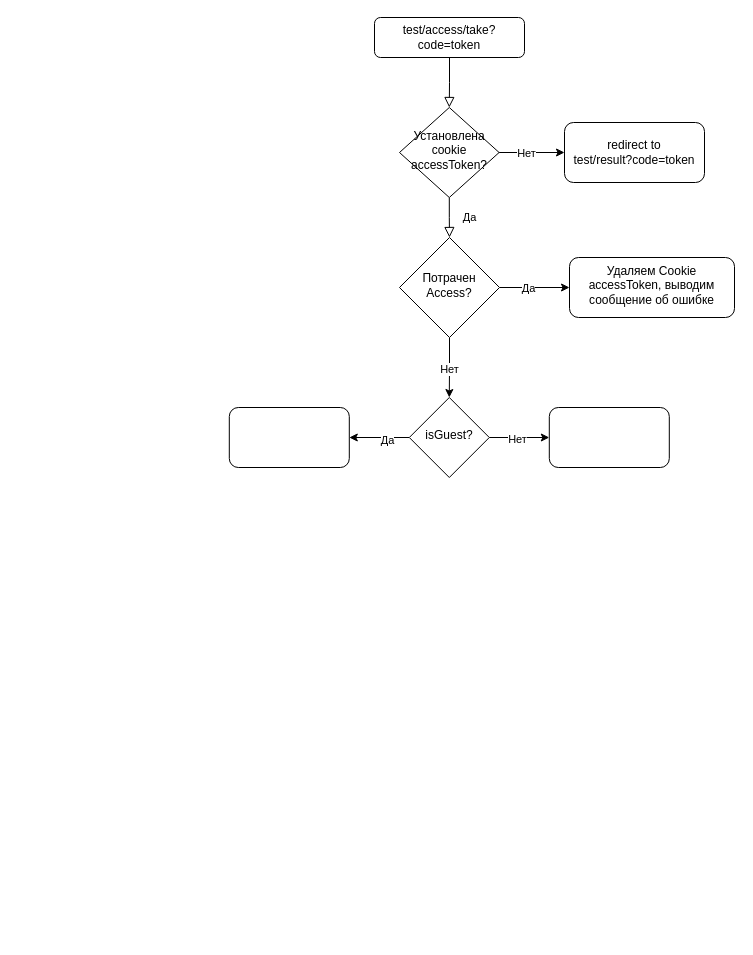
The draw.io diagram Диаграмма без названия.drawio in davidtema/drawio, before the edit. Source tidied: cells renumbered, new cells numbered last; positions are measured from the earlier drawing's top-left corner, leaving out a move shared by most shapes. Both pictures are drawn from the tidied source at 100%, with x=0, y=0 at pixel (229, 17).
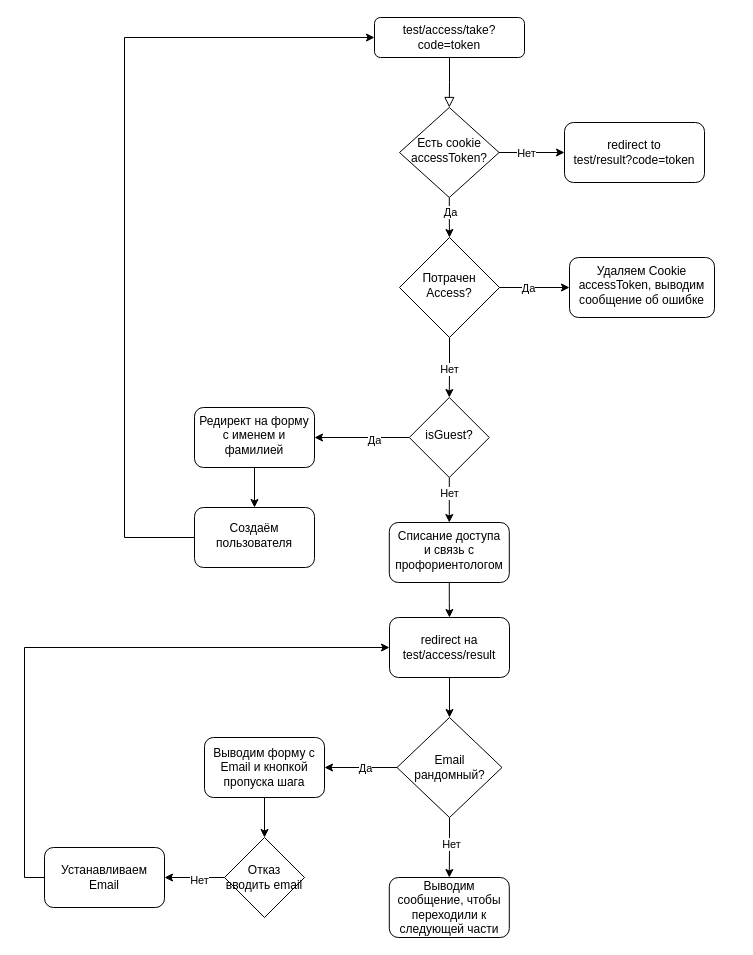
After the change.

Commit message:
Обновление диаграммы одноразовая ссылка.drawio

The change refers to these unchanged cells:
```xml
<mxCell id="3" value="test/access/take?code=token" style="rounded=1;whiteSpace=wrap;html=1;fontSize=12;glass=0;strokeWidth=1;shadow=0;" parent="1" vertex="1">
  <mxGeometry x="145" width="150" height="40" as="geometry" />
</mxCell>
<mxCell id="12" value="Потрачен Access?" style="rhombus;whiteSpace=wrap;html=1;shadow=0;fontFamily=Helvetica;fontSize=12;align=center;strokeWidth=1;spacing=6;spacingTop=-4;" parent="1" vertex="1">
  <mxGeometry x="170" y="220" width="100" height="100" as="geometry" />
</mxCell>
<mxCell id="19" value="isGuest?" style="rhombus;whiteSpace=wrap;html=1;shadow=0;strokeWidth=1;spacing=6;spacingTop=-4;" parent="1" vertex="1">
  <mxGeometry x="179.8" y="380" width="80" height="80" as="geometry" />
</mxCell>
```

What changed in the source:
```diff
@@
-    <mxCell id="4" value="Да" style="rounded=0;html=1;jettySize=auto;fontSize=11;endArrow=block;endFill=0;endSize=8;strokeWidth=1;shadow=0;labelBackgroundColor=none;edgeStyle=orthogonalEdgeStyle;" parent="1" edge="1" source="7" target="12">
-      <mxGeometry y="20" relative="1" as="geometry" />
-    </mxCell>
@@
+    <mxCell id="4" style="edgeStyle=orthogonalEdgeStyle;rounded=0;jettySize=auto;html=1;" parent="1" edge="1" source="7" target="12">
+      <mxGeometry relative="1" as="geometry" />
+    </mxCell>
+    <mxCell id="22" value="Да" style="edgeLabel;html=1;align=center;verticalAlign=middle;" parent="4" vertex="1">
+      <mxGeometry x="-0.32" y="1" relative="1" as="geometry" />
+    </mxCell>
-    <mxCell id="7" value="Установлена cookie accessToken?" style="rhombus;whiteSpace=wrap;html=1;shadow=0;fontFamily=Helvetica;fontSize=12;align=center;strokeWidth=1;spacing=6;spacingTop=-4;" parent="1" vertex="1">
+    <mxCell id="7" value="Есть cookie accessToken?" style="rhombus;whiteSpace=wrap;html=1;shadow=0;fontFamily=Helvetica;fontSize=12;align=center;strokeWidth=1;spacing=6;spacingTop=-4;" parent="1" vertex="1">
       <mxGeometry x="170" y="90" width="99.6" height="90" as="geometry" />
     </mxCell>
@@
     <mxCell id="14" value="Удаляем Cookie accessToken, выводим сообщение об ошибке" style="rounded=1;whiteSpace=wrap;html=1;shadow=0;strokeWidth=1;spacing=6;spacingTop=-4;" parent="1" vertex="1">
-      <mxGeometry x="340" y="240" width="165" height="60" as="geometry" />
+      <mxGeometry x="340" y="240" width="145" height="60" as="geometry" />
     </mxCell>
-    <mxCell id="15" style="edgeStyle=orthogonalEdgeStyle;rounded=0;jettySize=auto;html=1;" parent="1" edge="1" source="19" target="20">
-      <mxGeometry relative="1" as="geometry" />
-    </mxCell>
-    <mxCell id="16" value="Нет" style="edgeLabel;html=1;align=center;verticalAlign=middle;" parent="15" vertex="1">
-      <mxGeometry x="-0.08" y="-1" relative="1" as="geometry" />
-    </mxCell>
@@
+    <mxCell id="23" style="edgeStyle=orthogonalEdgeStyle;rounded=0;jettySize=auto;html=1;" parent="1" edge="1" source="19" target="29">
+      <mxGeometry relative="1" as="geometry" />
+    </mxCell>
+    <mxCell id="24" value="Нет" style="edgeLabel;html=1;align=center;verticalAlign=middle;" parent="23" vertex="1">
+      <mxGeometry x="-0.34" relative="1" as="geometry" />
+    </mxCell>
@@
-    <mxCell id="20" style="rounded=1;whiteSpace=wrap;html=1;shadow=0;strokeWidth=1;spacing=6;spacingTop=-4;" parent="1" vertex="1">
-      <mxGeometry x="319.8" y="390" width="120" height="60" as="geometry" />
-    </mxCell>
+    <mxCell id="25" style="edgeStyle=orthogonalEdgeStyle;rounded=0;jettySize=auto;html=1;" parent="1" edge="1" source="21" target="27">
+      <mxGeometry relative="1" as="geometry" />
+    </mxCell>
-    <mxCell id="21" style="rounded=1;whiteSpace=wrap;html=1;shadow=0;strokeWidth=1;spacing=6;spacingTop=-4;" parent="1" vertex="1">
-      <mxGeometry x="-0.2" y="390" width="120" height="60" as="geometry" />
+    <mxCell id="21" value="Редирект на форму с именем и фамилией" style="rounded=1;whiteSpace=wrap;html=1;shadow=0;strokeWidth=1;spacing=6;spacingTop=-4;" parent="1" vertex="1">
+      <mxGeometry x="-35" y="390" width="120" height="60" as="geometry" />
     </mxCell>
+    <mxCell id="26" style="edgeStyle=orthogonalEdgeStyle;rounded=0;jettySize=auto;html=1;exitX=0;exitY=0.25;exitDx=0;exitDy=0;entryX=0;entryY=0.5;entryDx=0;entryDy=0;" parent="1" edge="1" source="27" target="3">
+      <mxGeometry relative="1" as="geometry">
+        <Array as="points">
+          <mxPoint y="505" />
+          <mxPoint y="520" />
+          <mxPoint x="-105" y="520" />
+          <mxPoint x="-105" y="20" />
+        </Array>
+      </mxGeometry>
+    </mxCell>
+    <mxCell id="27" value="Создаём пользователя" style="rounded=1;whiteSpace=wrap;html=1;shadow=0;strokeWidth=1;spacing=6;spacingTop=-4;" parent="1" vertex="1">
+      <mxGeometry x="-35" y="490" width="120" height="60" as="geometry" />
+    </mxCell>
+    <mxCell id="28" style="edgeStyle=orthogonalEdgeStyle;rounded=0;jettySize=auto;html=1;" parent="1" edge="1" source="29" target="44">
+      <mxGeometry relative="1" as="geometry" />
+    </mxCell>
+    <mxCell id="29" value="Списание доступа и связь с профориентологом" style="rounded=1;whiteSpace=wrap;html=1;shadow=0;strokeWidth=1;spacing=6;spacingTop=-4;" parent="1" vertex="1">
+      <mxGeometry x="159.8" y="505" width="120" height="60" as="geometry" />
+    </mxCell>
+    <mxCell id="30" style="edgeStyle=orthogonalEdgeStyle;rounded=0;jettySize=auto;html=1;" parent="1" edge="1" source="34" target="36">
+      <mxGeometry relative="1" as="geometry" />
+    </mxCell>
+    <mxCell id="31" value="Да" style="edgeLabel;html=1;align=center;verticalAlign=middle;" parent="30" vertex="1">
+      <mxGeometry x="-0.11" relative="1" as="geometry" />
+    </mxCell>
+    <mxCell id="32" style="edgeStyle=orthogonalEdgeStyle;rounded=0;jettySize=auto;html=1;" parent="1" edge="1" source="34" target="37">
+      <mxGeometry relative="1" as="geometry" />
+    </mxCell>
+    <mxCell id="33" value="Нет" style="edgeLabel;html=1;align=center;verticalAlign=middle;" parent="32" vertex="1">
+      <mxGeometry x="-0.13" y="1" relative="1" as="geometry" />
+    </mxCell>
+    <mxCell id="34" value="Email рандомный?" style="rhombus;whiteSpace=wrap;html=1;" parent="1" vertex="1">
+      <mxGeometry x="167.5" y="700" width="105" height="100" as="geometry" />
+    </mxCell>
+    <mxCell id="35" style="edgeStyle=orthogonalEdgeStyle;rounded=0;jettySize=auto;html=1;" parent="1" edge="1" source="36" target="40">
+      <mxGeometry relative="1" as="geometry" />
+    </mxCell>
+    <mxCell id="36" value="Выводим форму с Email и кнопкой пропуска шага" style="rounded=1;whiteSpace=wrap;html=1;" parent="1" vertex="1">
+      <mxGeometry x="-25" y="720" width="120" height="60" as="geometry" />
+    </mxCell>
+    <mxCell id="37" value="Выводим сообщение, чтобы переходили к следующей части" style="rounded=1;whiteSpace=wrap;html=1;" parent="1" vertex="1">
+      <mxGeometry x="159.8" y="860" width="120" height="60" as="geometry" />
+    </mxCell>
+    <mxCell id="38" style="edgeStyle=orthogonalEdgeStyle;rounded=0;jettySize=auto;html=1;" parent="1" edge="1" source="40" target="42">
+      <mxGeometry relative="1" as="geometry" />
+    </mxCell>
+    <mxCell id="39" value="Нет" style="edgeLabel;html=1;align=center;verticalAlign=middle;" parent="38" vertex="1">
+      <mxGeometry x="-0.14" y="2" relative="1" as="geometry" />
+    </mxCell>
+    <mxCell id="40" value="Отказ вводить email" style="rhombus;whiteSpace=wrap;html=1;" parent="1" vertex="1">
+      <mxGeometry x="-5" y="820" width="80" height="80" as="geometry" />
+    </mxCell>
+    <mxCell id="41" style="edgeStyle=orthogonalEdgeStyle;rounded=0;jettySize=auto;html=1;exitX=0;exitY=0.5;exitDx=0;exitDy=0;entryX=0;entryY=0.5;entryDx=0;entryDy=0;" parent="1" edge="1" source="42" target="44">
+      <mxGeometry relative="1" as="geometry" />
+    </mxCell>
+    <mxCell id="42" value="Устанавливаем Email" style="rounded=1;whiteSpace=wrap;html=1;" parent="1" vertex="1">
+      <mxGeometry x="-185" y="830" width="120" height="60" as="geometry" />
+    </mxCell>
+    <mxCell id="43" style="edgeStyle=orthogonalEdgeStyle;rounded=0;jettySize=auto;html=1;" parent="1" edge="1" source="44" target="34">
+      <mxGeometry relative="1" as="geometry" />
+    </mxCell>
+    <mxCell id="44" value="redirect на test/access/result" style="rounded=1;whiteSpace=wrap;html=1;" parent="1" vertex="1">
+      <mxGeometry x="160" y="600" width="120" height="60" as="geometry" />
+    </mxCell>
```
